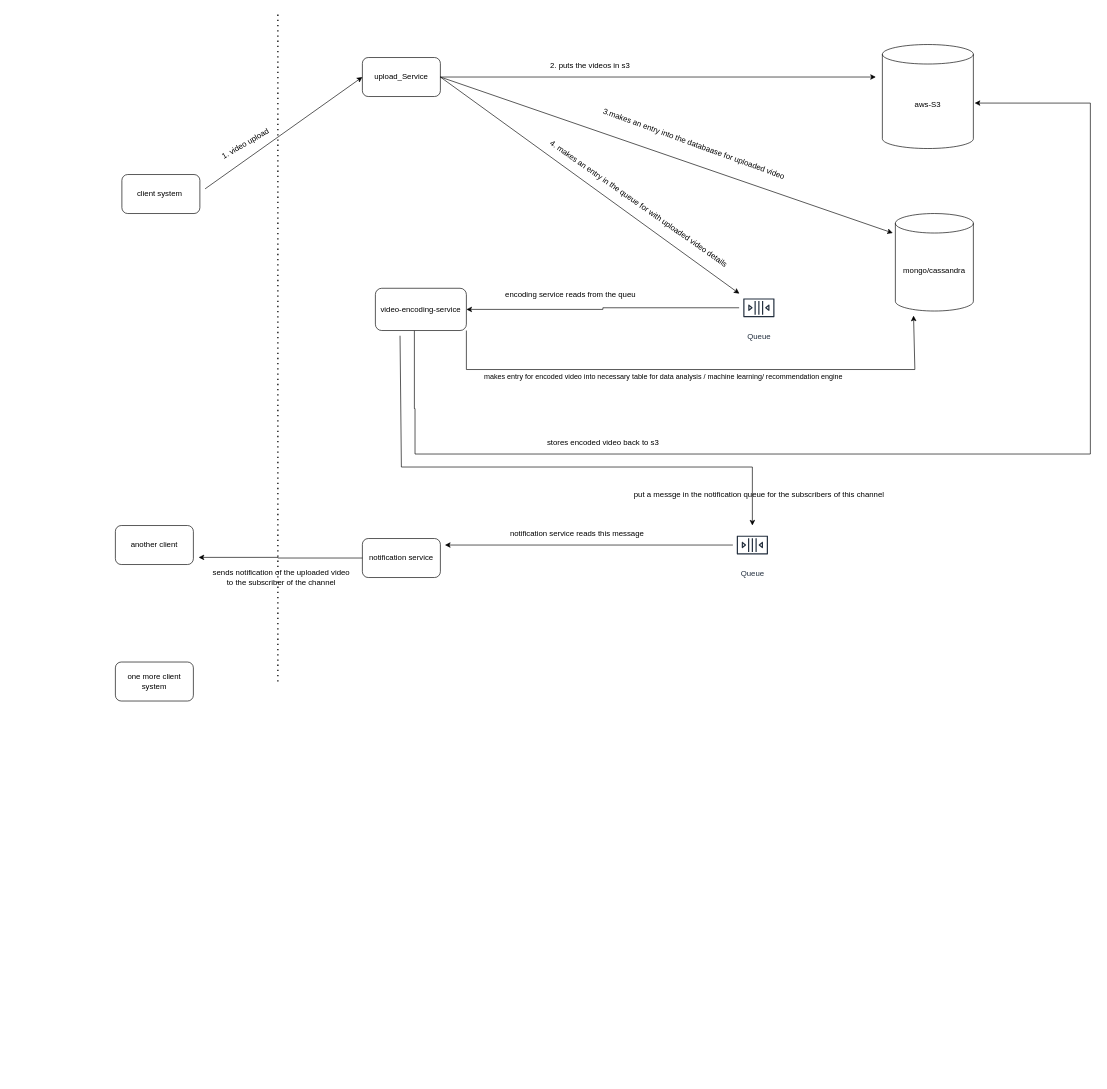
Before: drawio/youtubeSystemDesign.drawio in partha001/systemDesign, a draw.io diagram. Source tidied: cells renumbered, new cells numbered last; positions are measured from the earlier drawing's top-left corner, leaving out a move shared by most shapes. Both pictures are drawn from the tidied source at 65%, with x=0, y=0 at pixel (115, 12).
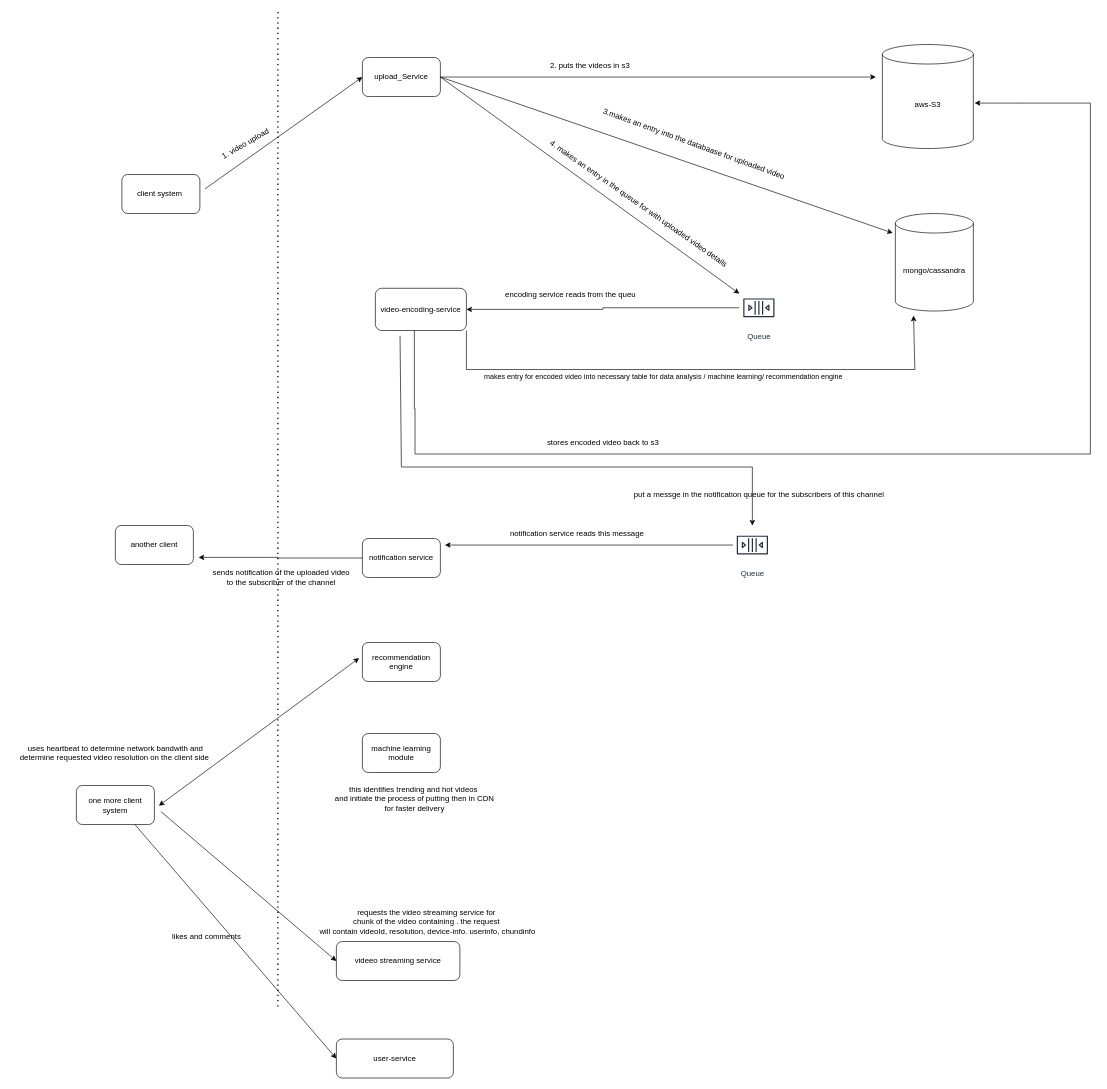
The same diagram, later.

Change to the diagram source:
```diff
@@
     <mxCell id="3" style="endArrow=none;dashed=1;html=1;dashPattern=1 3;strokeWidth=2;rounded=0;" parent="1" edge="1">
       <mxGeometry relative="1" as="geometry">
-        <mxPoint x="250" y="1030" as="sourcePoint" />
+        <mxPoint x="250" y="1530" as="sourcePoint" />
         <mxPoint x="250" as="targetPoint" />
       </mxGeometry>
     </mxCell>
@@
     <mxCell id="30" value="one more client system" style="rounded=1;whiteSpace=wrap;html=1;" parent="1" vertex="1">
-      <mxGeometry y="1000" width="120" height="60" as="geometry" />
+      <mxGeometry x="-60" y="1190" width="120" height="60" as="geometry" />
     </mxCell>
@@
+    <mxCell id="33" value="uses heartbeat to determine network bandwith and&lt;div&gt;determine requested video resolution on the client side&amp;nbsp;&lt;/div&gt;" style="text;html=1;align=center;verticalAlign=middle;strokeColor=none;fillColor=none;" parent="1" vertex="1">
+      <mxGeometry x="-160" y="1120" width="320" height="40" as="geometry" />
+    </mxCell>
+    <mxCell id="34" value="recommendation engine" style="rounded=1;whiteSpace=wrap;html=1;" parent="1" vertex="1">
+      <mxGeometry x="380" y="970" width="120" height="60" as="geometry" />
+    </mxCell>
+    <mxCell id="35" value="machine learning module" style="rounded=1;whiteSpace=wrap;html=1;" parent="1" vertex="1">
+      <mxGeometry x="380" y="1110" width="120" height="60" as="geometry" />
+    </mxCell>
+    <mxCell id="36" value="this identifies trending and hot videos&amp;nbsp;&lt;div&gt;and initiate the process of putting then in CDN&lt;/div&gt;&lt;div&gt;for faster delivery&lt;/div&gt;" style="text;html=1;align=center;verticalAlign=middle;strokeColor=none;fillColor=none;" parent="1" vertex="1">
+      <mxGeometry x="325" y="1180" width="270" height="60" as="geometry" />
+    </mxCell>
+    <mxCell id="37" style="endArrow=classic;startArrow=classic;html=1;rounded=0;entryX=1.058;entryY=0.517;entryDx=0;entryDy=0;entryPerimeter=0;exitX=-0.042;exitY=0.4;exitDx=0;exitDy=0;exitPerimeter=0;" parent="1" edge="1" source="34" target="30">
+      <mxGeometry relative="1" as="geometry" />
+    </mxCell>
+    <mxCell id="38" value="videeo streaming service" style="rounded=1;whiteSpace=wrap;html=1;" parent="1" vertex="1">
+      <mxGeometry x="340" y="1430" width="190" height="60" as="geometry" />
+    </mxCell>
+    <mxCell id="39" style="endArrow=classic;html=1;rounded=0;entryX=0;entryY=0.5;entryDx=0;entryDy=0;" parent="1" edge="1" target="38">
+      <mxGeometry relative="1" as="geometry">
+        <mxPoint x="70" y="1230" as="sourcePoint" />
+      </mxGeometry>
+    </mxCell>
+    <mxCell id="40" value="requests the video streaming service for&amp;nbsp;&lt;div&gt;chunk of the video&amp;nbsp;&lt;span style=&quot;background-color: initial;&quot;&gt;containing . the request&amp;nbsp;&lt;/span&gt;&lt;/div&gt;&lt;div&gt;&lt;span style=&quot;background-color: initial;&quot;&gt;will contain videoId, resolution, device-info. userinfo, chundinfo&lt;/span&gt;&lt;/div&gt;" style="text;html=1;align=center;verticalAlign=middle;strokeColor=none;fillColor=none;" parent="1" vertex="1">
+      <mxGeometry x="300" y="1370" width="360" height="60" as="geometry" />
+    </mxCell>
+    <mxCell id="41" value="user-service" style="rounded=1;whiteSpace=wrap;html=1;" parent="1" vertex="1">
+      <mxGeometry x="340" y="1580" width="180" height="60" as="geometry" />
+    </mxCell>
+    <mxCell id="42" style="endArrow=classic;html=1;rounded=0;exitX=0.75;exitY=1;exitDx=0;exitDy=0;entryX=0;entryY=0.5;entryDx=0;entryDy=0;" parent="1" edge="1" source="30" target="41">
+      <mxGeometry relative="1" as="geometry" />
+    </mxCell>
+    <mxCell id="43" value="likes and comments" style="text;html=1;align=center;verticalAlign=middle;strokeColor=none;fillColor=none;" parent="1" vertex="1">
+      <mxGeometry x="75" y="1408" width="130" height="30" as="geometry" />
+    </mxCell>
```
